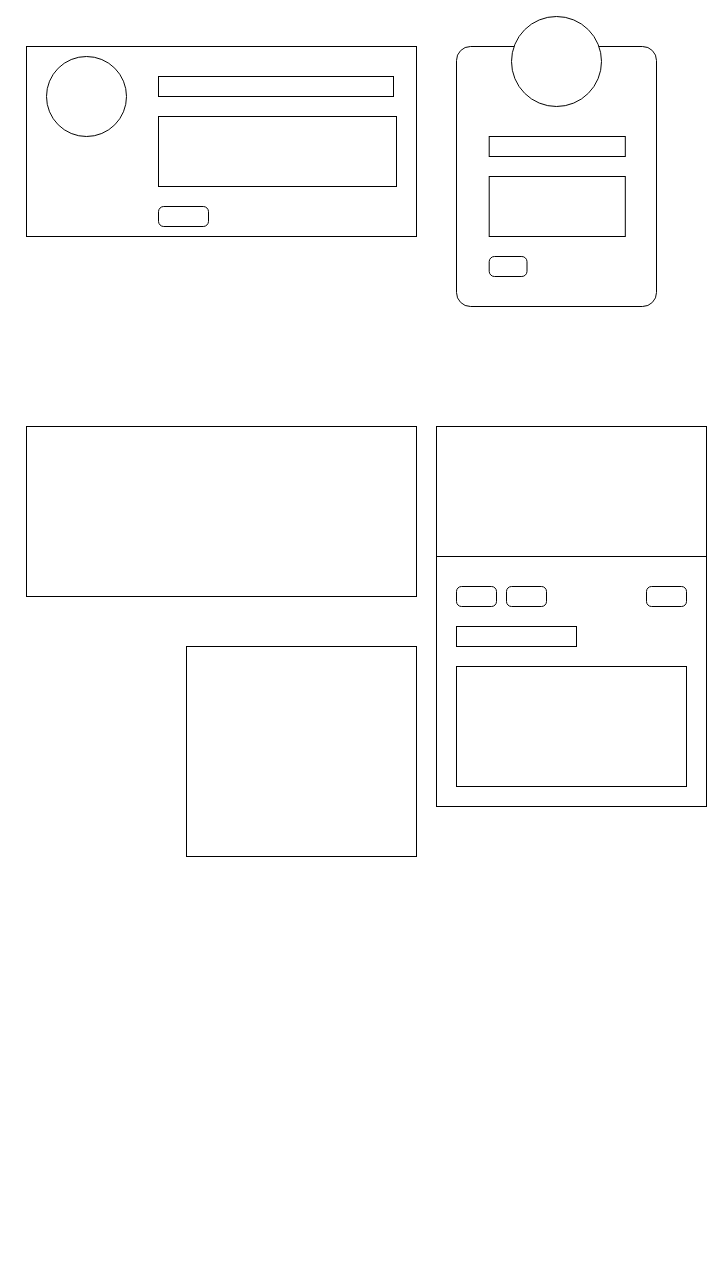
Above: sample.drawio in Jhay-Great/daily-ui-card_component (draw.io), before the change. Source tidied: cells renumbered, new cells numbered last; positions are measured from the earlier drawing's top-left corner, leaving out a move shared by most shapes. Both pictures are drawn from the tidied source at 100%, with x=0, y=0 at pixel (26, 16).
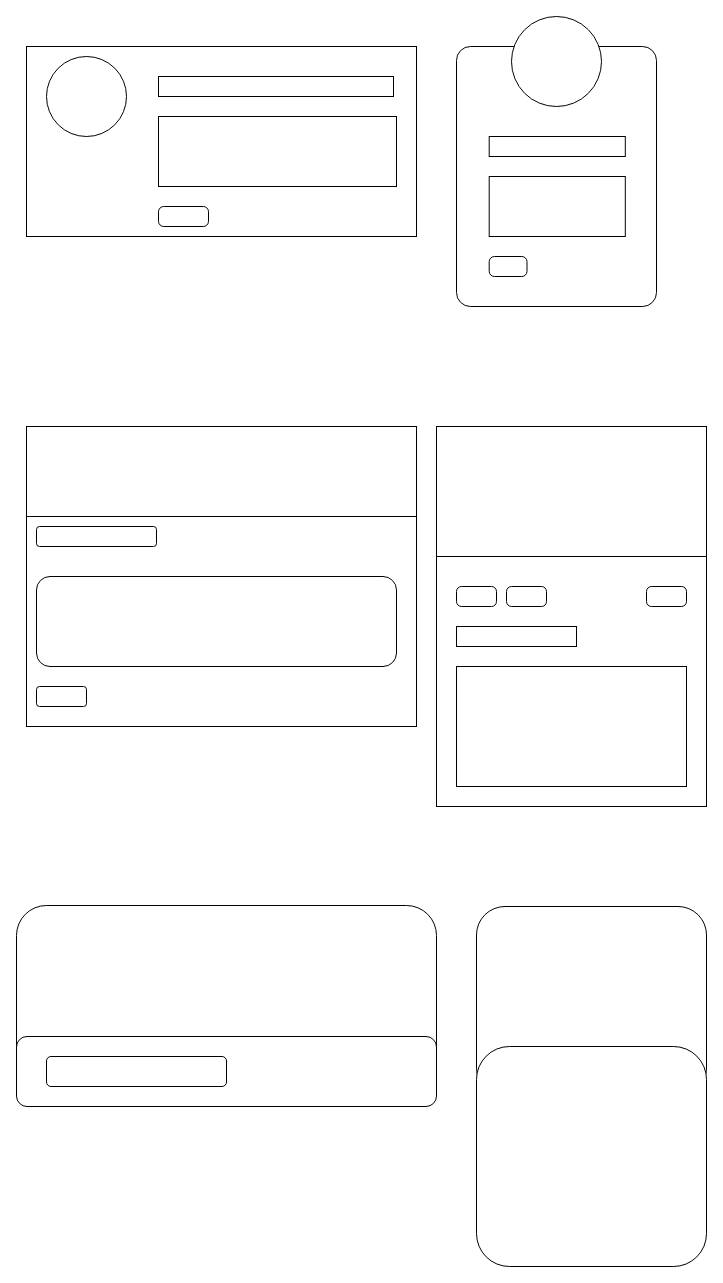
Above is the later version.

The edit, as a diff of the source:
```diff
@@
     <mxCell id="18" style="whiteSpace=wrap;html=1;rounded=1;arcSize=0;" parent="1" vertex="1">
-      <mxGeometry x="160" y="630" width="230" height="210" as="geometry" />
+      <mxGeometry y="500" width="390" height="210" as="geometry" />
     </mxCell>
@@
+    <mxCell id="24" style="whiteSpace=wrap;html=1;rounded=1;" parent="1" vertex="1">
+      <mxGeometry x="10" y="510" width="120" height="20" as="geometry" />
+    </mxCell>
+    <mxCell id="25" style="whiteSpace=wrap;html=1;rounded=1;" parent="1" vertex="1">
+      <mxGeometry x="10" y="560" width="360" height="90" as="geometry" />
+    </mxCell>
+    <mxCell id="26" style="whiteSpace=wrap;html=1;rounded=1;" parent="1" vertex="1">
+      <mxGeometry x="10" y="670" width="50" height="20" as="geometry" />
+    </mxCell>
+    <mxCell id="27" style="whiteSpace=wrap;html=1;rounded=1;" parent="1" vertex="1">
+      <mxGeometry x="-10" y="889" width="420" height="200" as="geometry" />
+    </mxCell>
+    <mxCell id="28" style="whiteSpace=wrap;html=1;rounded=1;" parent="1" vertex="1">
+      <mxGeometry x="450" y="890" width="230" height="190" as="geometry" />
+    </mxCell>
+    <mxCell id="29" style="whiteSpace=wrap;html=1;rounded=1;" parent="1" vertex="1">
+      <mxGeometry x="450" y="1030" width="230" height="220" as="geometry" />
+    </mxCell>
+    <mxCell id="30" style="whiteSpace=wrap;html=1;rounded=1;" parent="1" vertex="1">
+      <mxGeometry x="-10" y="1020" width="420" height="70" as="geometry" />
+    </mxCell>
+    <mxCell id="31" style="whiteSpace=wrap;html=1;rounded=1;" parent="1" vertex="1">
+      <mxGeometry x="20" y="1040" width="180" height="30" as="geometry" />
+    </mxCell>
```
